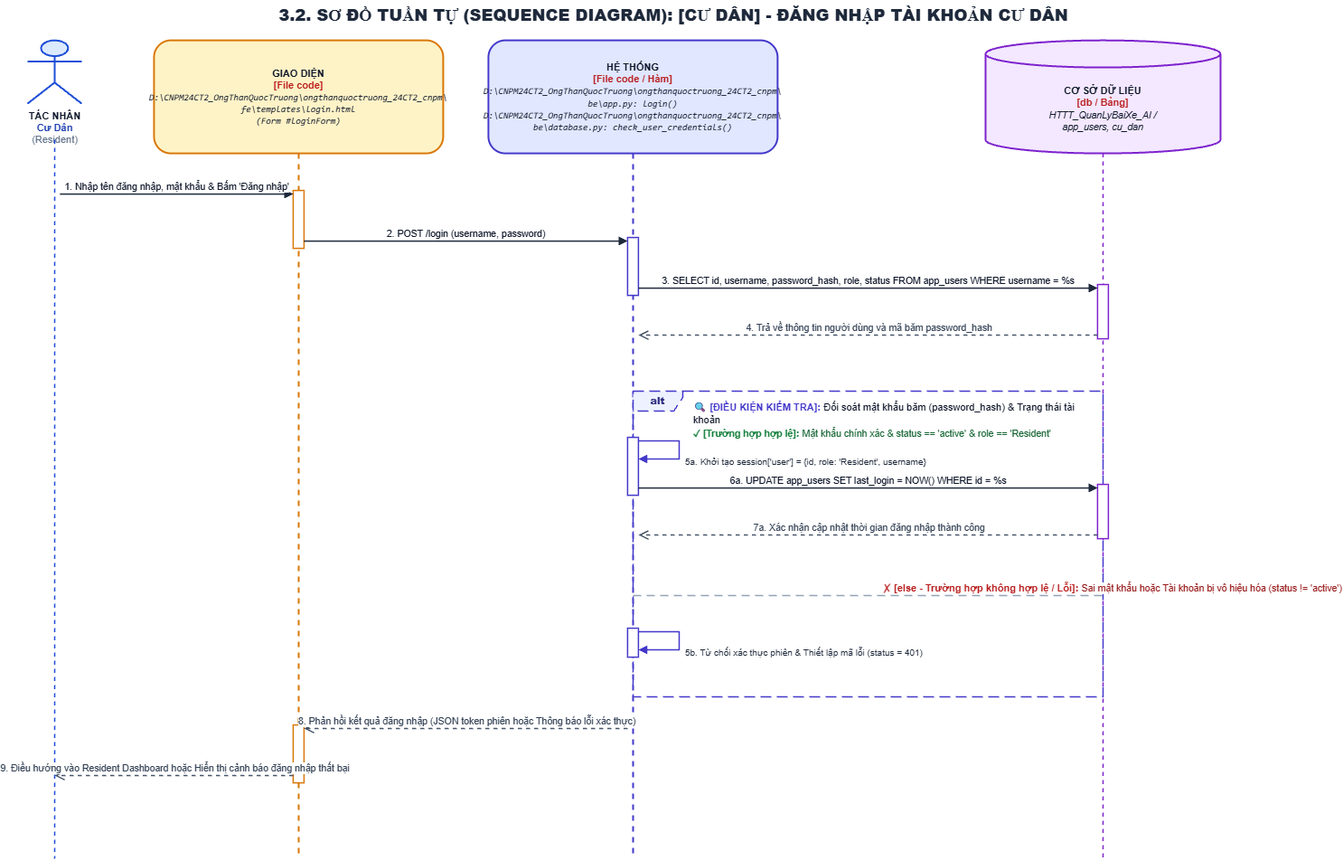
Before: ongthanquoctruong_24CT2_cnpm/docs/Tuần Tự/chức năng đăng nhập Người Dùng.drawio.png, a diagram exported from draw.io (Truong027/CNPM24). Source tidied: cells renumbered, new cells last; positions are measured from the earlier drawing's top-left corner, leaving out a move shared by most shapes.
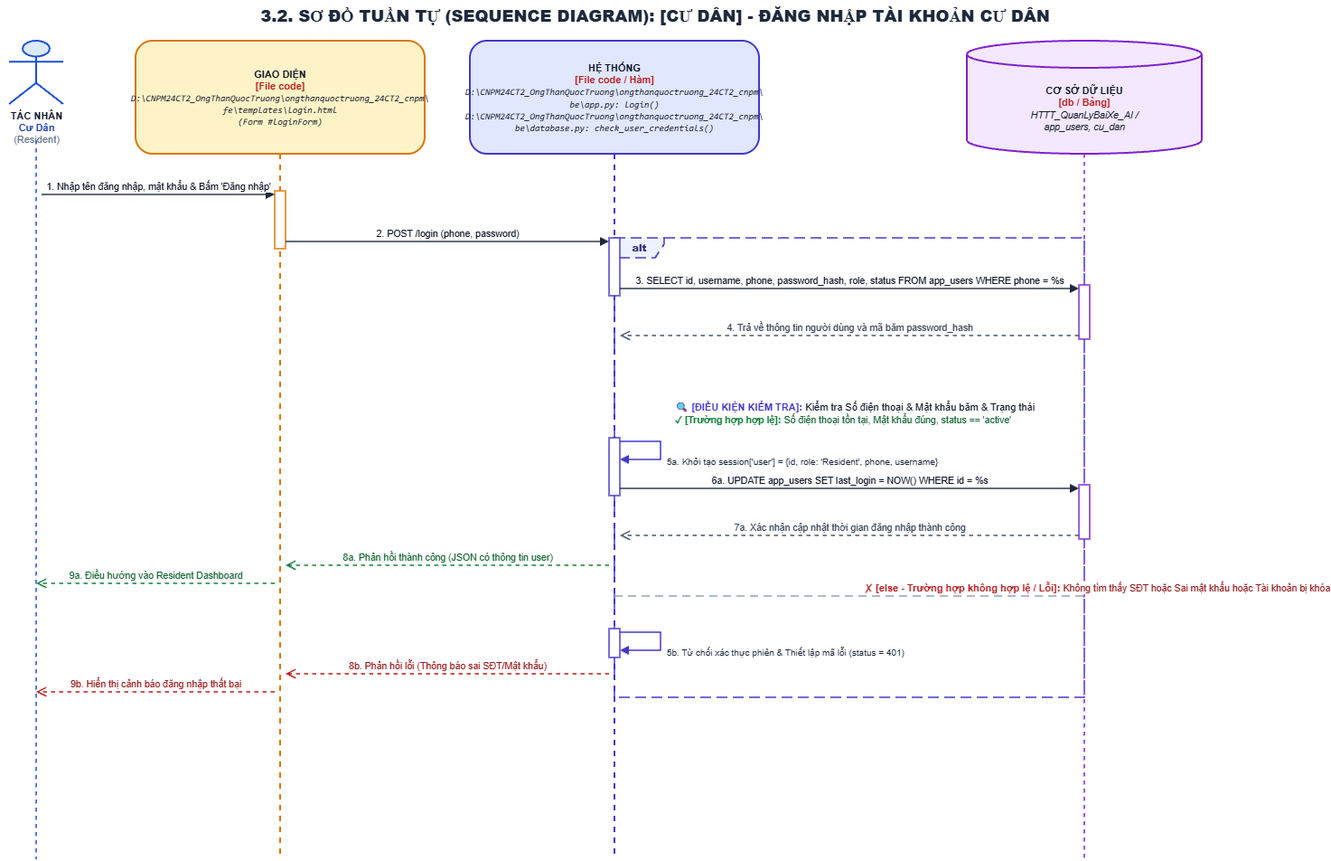
Above is the later version.

Change to the diagram source:
```diff
@@ -30,12 +30,12 @@
       </mxGeometry>
     </mxCell>
     <mxCell id="9" value="&lt;b&gt;alt&lt;/b&gt;" style="shape=umlFrame;whiteSpace=wrap;html=1;width=55;height=22;dashed=1;dashPattern=8 4;strokeColor=#4338CA;fillColor=#EEF2FF;strokeWidth=1.5;align=center;verticalAlign=middle;fontStyle=1;fontSize=11;fontColor=#312E81;" parent="1" vertex="1">
-      <mxGeometry x="680" y="433" width="520" height="338" as="geometry" />
+      <mxGeometry x="680" y="263" width="520" height="508" as="geometry" />
     </mxCell>
-    <mxCell id="10" value="&lt;b&gt;&lt;font color='#4338CA' style='font-size: 11px;'&gt;🔍 [ĐIỀU KIỆN KIỂM TRA]:&lt;/font&gt;&lt;/b&gt; &lt;font color='#0F172A' style='font-size: 11px;'&gt;Đối soát mật khẩu băm (password_hash) &amp; Trạng thái tài khoản&lt;/font&gt;&lt;br/&gt;&lt;b&gt;&lt;font color='#15803D' style='font-size: 10.5px;'&gt;✓ [Trường hợp hợp lệ]:&lt;/font&gt;&lt;/b&gt; &lt;font color='#166534' style='font-size: 10.5px;'&gt;Mật khẩu chính xác &amp; status == 'active' &amp; role == 'Resident'&lt;/font&gt;" style="text;html=1;strokeColor=none;fillColor=none;align=left;verticalAlign=top;whiteSpace=wrap;rounded=0;" parent="1" vertex="1">
+    <mxCell id="10" value="&lt;b&gt;&lt;font color='#4338CA' style='font-size: 11px;'&gt;🔍 [ĐIỀU KIỆN KIỂM TRA]:&lt;/font&gt;&lt;/b&gt; &lt;font color='#0F172A' style='font-size: 11px;'&gt;Kiểm tra Số điện thoại &amp; Mật khẩu băm &amp; Trạng thái&lt;/font&gt;&lt;br/&gt;&lt;b&gt;&lt;font color='#15803D' style='font-size: 10.5px;'&gt;✓ [Trường hợp hợp lệ]:&lt;/font&gt;&lt;/b&gt; &lt;font color='#166534' style='font-size: 10.5px;'&gt;Số điện thoại tồn tại, Mật khẩu đúng, status == 'active'&lt;/font&gt;" style="text;html=1;strokeColor=none;fillColor=none;align=left;verticalAlign=top;whiteSpace=wrap;rounded=0;" parent="1" vertex="1">
       <mxGeometry x="745" y="436" width="445" height="36" as="geometry" />
     </mxCell>
-    <mxCell id="11" value="&lt;b&gt;&lt;font color='#B91C1C' style='font-size: 11px;'&gt;✗ [else - Trường hợp không hợp lệ / Lỗi]:&lt;/font&gt;&lt;/b&gt; &lt;font color='#991B1B' style='font-size: 10.5px;'&gt;Sai mật khẩu hoặc Tài khoản bị vô hiệu hóa (status != 'active')&lt;/font&gt;" style="html=1;strokeWidth=1.5;strokeColor=#94A3B8;dashed=1;dashPattern=6 4;endArrow=none;align=left;verticalAlign=bottom;spacingLeft=15;" parent="1" edge="1">
+    <mxCell id="11" value="&lt;b&gt;&lt;font color='#B91C1C' style='font-size: 11px;'&gt;✗ [else - Trường hợp không hợp lệ / Lỗi]:&lt;/font&gt;&lt;/b&gt; &lt;font color='#991B1B' style='font-size: 10.5px;'&gt;Không tìm thấy SĐT hoặc Sai mật khẩu hoặc Tài khoản bị khóa&lt;/font&gt;" style="html=1;strokeWidth=1.5;strokeColor=#94A3B8;dashed=1;dashPattern=6 4;endArrow=none;align=left;verticalAlign=bottom;spacingLeft=15;" parent="1" edge="1">
       <mxGeometry relative="1" as="geometry">
         <mxPoint x="680" y="659" as="sourcePoint" />
         <mxPoint x="1200" y="659" as="targetPoint" />
@@ -44,9 +44,6 @@
     <mxCell id="12" style="html=1;perimeter=orthogonalPerimeter;targetShapes=umlLifeline;topToBottom=1;fillColor=#FFFFFF;strokeColor=#D97706;strokeWidth=1.5;rounded=0;" parent="1" vertex="1">
       <mxGeometry x="304" y="211" width="12" height="64" as="geometry" />
     </mxCell>
-    <mxCell id="13" style="html=1;perimeter=orthogonalPerimeter;targetShapes=umlLifeline;topToBottom=1;fillColor=#FFFFFF;strokeColor=#D97706;strokeWidth=1.5;rounded=0;" parent="1" vertex="1">
-      <mxGeometry x="304" y="802" width="12" height="64" as="geometry" />
-    </mxCell>
     <mxCell id="14" style="html=1;perimeter=orthogonalPerimeter;targetShapes=umlLifeline;topToBottom=1;fillColor=#FFFFFF;strokeColor=#4338CA;strokeWidth=1.5;rounded=0;" parent="1" vertex="1">
       <mxGeometry x="674" y="263" width="12" height="64" as="geometry" />
     </mxCell>
@@ -68,13 +65,13 @@
         <mxPoint x="304" y="215" as="targetPoint" />
       </mxGeometry>
     </mxCell>
-    <mxCell id="20" value="2. POST /login (username, password)" style="html=1;verticalAlign=bottom;endArrow=block;rounded=0;strokeColor=#1E293B;strokeWidth=1.5;fontColor=#0F172A;fontSize=10.5;" parent="1" edge="1">
+    <mxCell id="20" value="2. POST /login (phone, password)" style="html=1;verticalAlign=bottom;endArrow=block;rounded=0;strokeColor=#1E293B;strokeWidth=1.5;fontColor=#0F172A;fontSize=10.5;" parent="1" edge="1">
       <mxGeometry relative="1" as="geometry">
         <mxPoint x="316" y="267" as="sourcePoint" />
         <mxPoint x="674" y="267" as="targetPoint" />
       </mxGeometry>
     </mxCell>
-    <mxCell id="21" value="3. SELECT id, username, password_hash, role, status FROM app_users WHERE username = %s" style="html=1;verticalAlign=bottom;endArrow=block;rounded=0;strokeColor=#1E293B;strokeWidth=1.5;fontColor=#0F172A;fontSize=10.5;" parent="1" edge="1">
+    <mxCell id="21" value="3. SELECT id, username, phone, password_hash, role, status FROM app_users WHERE phone = %s" style="html=1;verticalAlign=bottom;endArrow=block;rounded=0;strokeColor=#1E293B;strokeWidth=1.5;fontColor=#0F172A;fontSize=10.5;" parent="1" edge="1">
       <mxGeometry relative="1" as="geometry">
         <mxPoint x="686" y="319" as="sourcePoint" />
         <mxPoint x="1194" y="319" as="targetPoint" />
@@ -86,7 +83,7 @@
         <mxPoint x="686" y="371" as="targetPoint" />
       </mxGeometry>
     </mxCell>
-    <mxCell id="23" value="5a. Khởi tạo session['user'] = {id, role: 'Resident', username}" style="html=1;align=left;spacingLeft=5;verticalAlign=top;endArrow=block;rounded=0;edgeStyle=orthogonalEdgeStyle;curved=0;strokeColor=#4338CA;strokeWidth=1.5;fontColor=#1E293B;fontSize=10;" parent="1" edge="1">
+    <mxCell id="23" value="5a. Khởi tạo session['user'] = {id, role: 'Resident', phone, username}" style="html=1;align=left;spacingLeft=5;verticalAlign=top;endArrow=block;rounded=0;edgeStyle=orthogonalEdgeStyle;curved=0;strokeColor=#4338CA;strokeWidth=1.5;fontColor=#1E293B;fontSize=10;" parent="1" edge="1">
       <mxGeometry relative="1" as="geometry">
         <mxPoint x="686" y="488" as="sourcePoint" />
         <mxPoint x="686" y="508" as="targetPoint" />
@@ -118,17 +115,29 @@
         </Array>
       </mxGeometry>
     </mxCell>
-    <mxCell id="27" value="8. Phản hồi kết quả đăng nhập (JSON token phiên hoặc Thông báo lỗi xác thực)" style="html=1;verticalAlign=bottom;endArrow=open;dashed=1;endSize=8;rounded=0;strokeColor=#475569;strokeWidth=1.5;fontColor=#334155;fontSize=10.5;" parent="1" edge="1">
-      <mxGeometry relative="1" as="geometry">
-        <mxPoint x="674" y="806" as="sourcePoint" />
-        <mxPoint x="316" y="806" as="targetPoint" />
-      </mxGeometry>
-    </mxCell>
-    <mxCell id="28" value="9. Điều hướng vào Resident Dashboard hoặc Hiển thị cảnh báo đăng nhập thất bại" style="html=1;verticalAlign=bottom;endArrow=open;dashed=1;endSize=8;rounded=0;strokeColor=#475569;strokeWidth=1.5;fontColor=#334155;fontSize=10.5;" parent="1" edge="1">
-      <mxGeometry relative="1" as="geometry">
-        <mxPoint x="304" y="858" as="sourcePoint" />
-        <mxPoint x="40" y="858" as="targetPoint" />
-      </mxGeometry>
-    </mxCell>
+    <mxCell id="29" value="8a. Phản hồi thành công (JSON có thông tin user)" style="html=1;verticalAlign=bottom;endArrow=open;dashed=1;endSize=8;rounded=0;strokeColor=#15803D;strokeWidth=1.5;fontColor=#166534;fontSize=10.5;" parent="1" edge="1">
+      <mxGeometry relative="1" as="geometry">
+        <mxPoint x="674" y="625" as="sourcePoint" />
+        <mxPoint x="316" y="625" as="targetPoint" />
+      </mxGeometry>
+    </mxCell>
+    <mxCell id="30" value="9a. Điều hướng vào Resident Dashboard" style="html=1;verticalAlign=bottom;endArrow=open;dashed=1;endSize=8;rounded=0;strokeColor=#15803D;strokeWidth=1.5;fontColor=#166534;fontSize=10.5;" parent="1" edge="1">
+      <mxGeometry relative="1" as="geometry">
+        <mxPoint x="304" y="645" as="sourcePoint" />
+        <mxPoint x="40" y="645" as="targetPoint" />
+      </mxGeometry>
+    </mxCell>
+    <mxCell id="31" value="8b. Phản hồi lỗi (Thông báo sai SĐT/Mật khẩu)" style="html=1;verticalAlign=bottom;endArrow=open;dashed=1;endSize=8;rounded=0;strokeColor=#B91C1C;strokeWidth=1.5;fontColor=#991B1B;fontSize=10.5;" parent="1" edge="1">
+      <mxGeometry relative="1" as="geometry">
+        <mxPoint x="674" y="745" as="sourcePoint" />
+        <mxPoint x="316" y="745" as="targetPoint" />
+      </mxGeometry>
+    </mxCell>
+    <mxCell id="32" value="9b. Hiển thị cảnh báo đăng nhập thất bại" style="html=1;verticalAlign=bottom;endArrow=open;dashed=1;endSize=8;rounded=0;strokeColor=#B91C1C;strokeWidth=1.5;fontColor=#991B1B;fontSize=10.5;" parent="1" edge="1">
+      <mxGeometry relative="1" as="geometry">
+        <mxPoint x="304" y="765" as="sourcePoint" />
+        <mxPoint x="40" y="765" as="targetPoint" />
+      </mxGeometry>
+    </mxCell>
   </root>
 </mxGraphModel>
```
